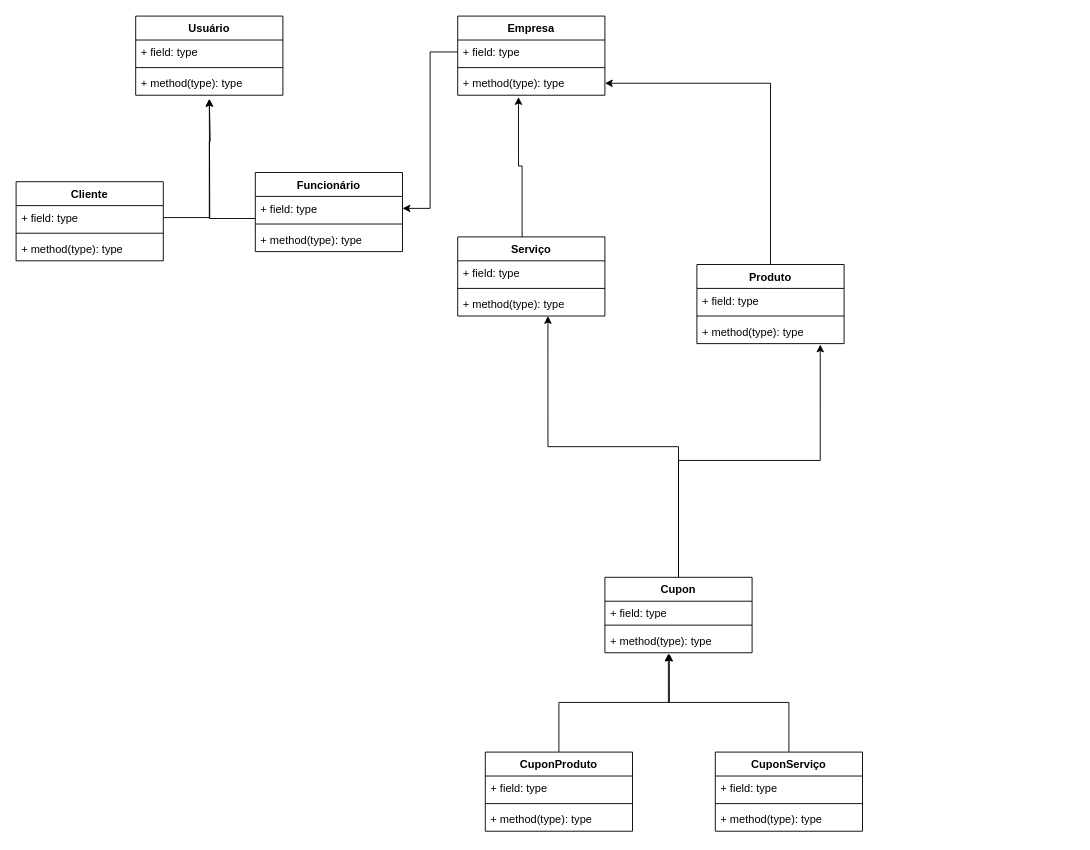
Earlier version of the draw.io diagram page "Diagrama de classe" (2 of 2) of cuponDesconto.drawio (fpspeixoto/Diagramas). Source tidied: cells renumbered, new cells numbered last; positions are measured from the earlier drawing's top-left corner, leaving out a move shared by most shapes. Both pictures are drawn from the tidied source at 92%, with x=0, y=0 at pixel (16, 16).
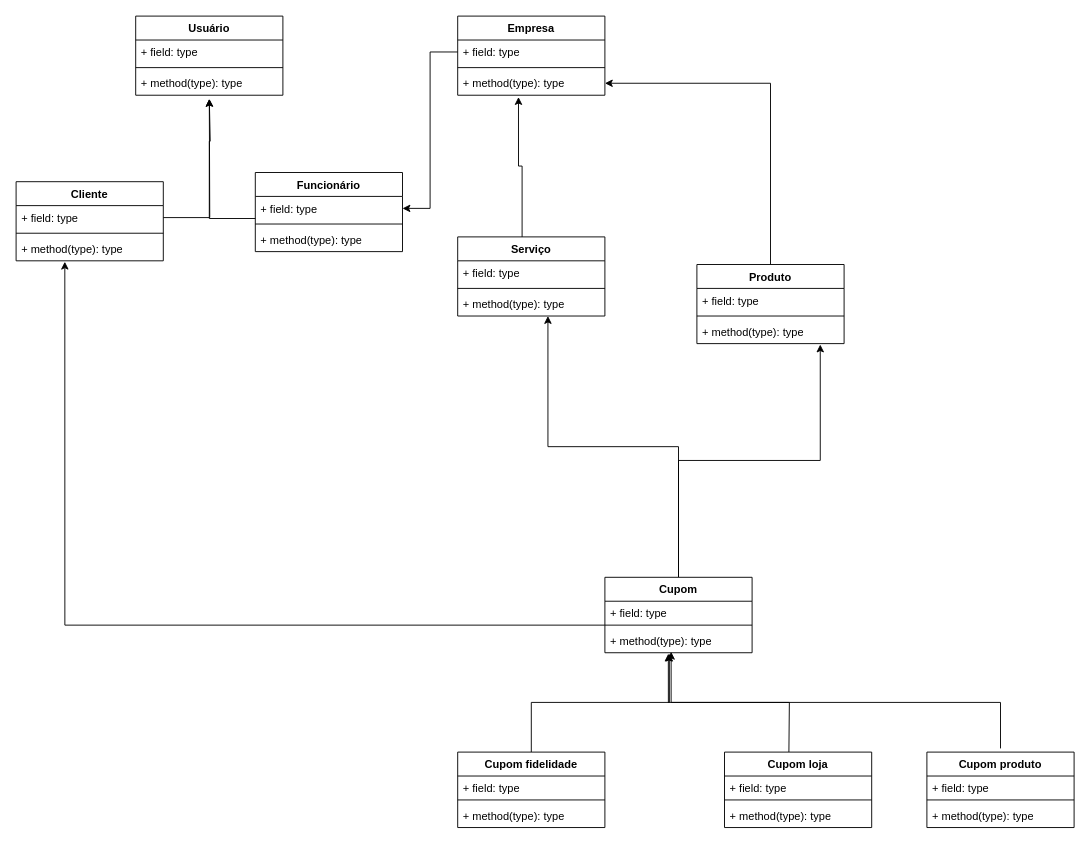
The same diagram, later.

The change refers to these unchanged cells:
```xml
<mxCell id="30" style="line;strokeWidth=1;fillColor=none;align=left;verticalAlign=middle;spacingTop=-1;spacingLeft=3;spacingRight=3;labelPosition=right;points=[];portConstraint=eastwest;strokeColor=inherit;" parent="28" vertex="1">
  <mxGeometry y="48" width="160" height="8" as="geometry" />
</mxCell>
<mxCell id="31" value="+ method(type): type" style="text;strokeColor=none;fillColor=none;align=left;verticalAlign=top;spacingLeft=4;spacingRight=4;overflow=hidden;points=[[0,0.5],[1,0.5]];portConstraint=eastwest;whiteSpace=wrap;html=1;" parent="28" vertex="1">
  <mxGeometry y="56" width="160" height="26" as="geometry" />
</mxCell>
<mxCell id="36" value="+ method(type): type" style="text;strokeColor=none;fillColor=none;align=left;verticalAlign=top;spacingLeft=4;spacingRight=4;overflow=hidden;points=[[0,0.5],[1,0.5]];portConstraint=eastwest;whiteSpace=wrap;html=1;" parent="32" vertex="1">
  <mxGeometry y="60" width="160" height="26" as="geometry" />
</mxCell>
```

Change to the diagram source:
```diff
@@
-    <mxCell id="16" style="edgeStyle=orthogonalEdgeStyle;rounded=0;jettySize=auto;html=1;entryX=0.438;entryY=1.038;entryDx=0;entryDy=0;entryPerimeter=0;" parent="1" edge="1" source="17" target="31">
+    <mxCell id="16" style="edgeStyle=orthogonalEdgeStyle;rounded=0;jettySize=auto;html=1;entryX=0.438;entryY=1.038;entryDx=0;entryDy=0;entryPerimeter=0;" parent="1" edge="1" source="47" target="31">
       <mxGeometry relative="1" as="geometry" />
     </mxCell>
-    <mxCell id="17" value="CuponProduto&lt;br&gt;" style="swimlane;fontStyle=1;align=center;verticalAlign=top;horizontal=1;startSize=26;whiteSpace=wrap;html=1;" parent="1" vertex="1">
-      <mxGeometry x="510" y="800" width="160" height="86" as="geometry" />
-    </mxCell>
-    <mxCell id="18" value="+ field: type" style="text;strokeColor=none;fillColor=none;align=left;verticalAlign=top;spacingLeft=4;spacingRight=4;overflow=hidden;whiteSpace=wrap;html=1;" parent="17" vertex="1">
-      <mxGeometry y="26" width="160" height="26" as="geometry" />
-    </mxCell>
-    <mxCell id="19" style="line;strokeWidth=1;fillColor=none;align=left;verticalAlign=middle;spacingTop=-1;spacingLeft=3;spacingRight=3;labelPosition=right;strokeColor=inherit;" parent="17" vertex="1">
-      <mxGeometry y="52" width="160" height="8" as="geometry" />
-    </mxCell>
-    <mxCell id="20" value="+ method(type): type" style="text;strokeColor=none;fillColor=none;align=left;verticalAlign=top;spacingLeft=4;spacingRight=4;overflow=hidden;whiteSpace=wrap;html=1;" parent="17" vertex="1">
-      <mxGeometry y="60" width="160" height="26" as="geometry" />
-    </mxCell>
-    <mxCell id="21" style="edgeStyle=orthogonalEdgeStyle;rounded=0;jettySize=auto;html=1;entryX=0.431;entryY=1.038;entryDx=0;entryDy=0;entryPerimeter=0;" parent="1" edge="1" source="22" target="31">
-      <mxGeometry relative="1" as="geometry" />
+    <mxCell id="21" style="edgeStyle=orthogonalEdgeStyle;rounded=0;jettySize=auto;html=1;entryX=0.431;entryY=1.038;entryDx=0;entryDy=0;entryPerimeter=0;" parent="1" edge="1" target="31">
+      <mxGeometry relative="1" as="geometry">
+        <mxPoint x="840" y="800" as="sourcePoint" />
+      </mxGeometry>
     </mxCell>
-    <mxCell id="22" value="CuponServiço" style="swimlane;fontStyle=1;align=center;verticalAlign=top;horizontal=1;startSize=26;whiteSpace=wrap;html=1;" parent="1" vertex="1">
-      <mxGeometry x="760" y="800" width="160" height="86" as="geometry" />
-    </mxCell>
-    <mxCell id="23" value="+ field: type" style="text;strokeColor=none;fillColor=none;align=left;verticalAlign=top;spacingLeft=4;spacingRight=4;overflow=hidden;whiteSpace=wrap;html=1;" parent="22" vertex="1">
-      <mxGeometry y="26" width="160" height="26" as="geometry" />
-    </mxCell>
-    <mxCell id="24" style="line;strokeWidth=1;fillColor=none;align=left;verticalAlign=middle;spacingTop=-1;spacingLeft=3;spacingRight=3;labelPosition=right;strokeColor=inherit;" parent="22" vertex="1">
-      <mxGeometry y="52" width="160" height="8" as="geometry" />
-    </mxCell>
-    <mxCell id="25" value="+ method(type): type" style="text;strokeColor=none;fillColor=none;align=left;verticalAlign=top;spacingLeft=4;spacingRight=4;overflow=hidden;whiteSpace=wrap;html=1;" parent="22" vertex="1">
-      <mxGeometry y="60" width="160" height="26" as="geometry" />
-    </mxCell>
@@
-    <mxCell id="28" value="Cupon" style="swimlane;fontStyle=1;align=center;verticalAlign=top;horizontal=1;startSize=26;whiteSpace=wrap;html=1;" parent="1" vertex="1">
+    <mxCell id="28" value="Cupom" style="swimlane;fontStyle=1;align=center;verticalAlign=top;horizontal=1;startSize=26;whiteSpace=wrap;html=1;" parent="1" vertex="1">
       <mxGeometry x="640" y="610" width="160" height="82" as="geometry" />
     </mxCell>
@@
+    <mxCell id="47" value="Cupom fidelidade" style="swimlane;fontStyle=1;align=center;verticalAlign=top;horizontal=1;startSize=26;whiteSpace=wrap;html=1;" parent="1" vertex="1">
+      <mxGeometry x="480" y="800" width="160" height="82" as="geometry" />
+    </mxCell>
+    <mxCell id="48" value="+ field: type" style="text;strokeColor=none;fillColor=none;align=left;verticalAlign=top;spacingLeft=4;spacingRight=4;overflow=hidden;whiteSpace=wrap;html=1;" parent="47" vertex="1">
+      <mxGeometry y="26" width="160" height="22" as="geometry" />
+    </mxCell>
+    <mxCell id="49" style="line;strokeWidth=1;fillColor=none;align=left;verticalAlign=middle;spacingTop=-1;spacingLeft=3;spacingRight=3;labelPosition=right;strokeColor=inherit;" parent="47" vertex="1">
+      <mxGeometry y="48" width="160" height="8" as="geometry" />
+    </mxCell>
+    <mxCell id="50" value="+ method(type): type" style="text;strokeColor=none;fillColor=none;align=left;verticalAlign=top;spacingLeft=4;spacingRight=4;overflow=hidden;whiteSpace=wrap;html=1;" parent="47" vertex="1">
+      <mxGeometry y="56" width="160" height="26" as="geometry" />
+    </mxCell>
+    <mxCell id="51" value="Cupom loja" style="swimlane;fontStyle=1;align=center;verticalAlign=top;horizontal=1;startSize=26;whiteSpace=wrap;html=1;" parent="1" vertex="1">
+      <mxGeometry x="770" y="800" width="160" height="82" as="geometry" />
+    </mxCell>
+    <mxCell id="52" value="+ field: type" style="text;strokeColor=none;fillColor=none;align=left;verticalAlign=top;spacingLeft=4;spacingRight=4;overflow=hidden;whiteSpace=wrap;html=1;" parent="51" vertex="1">
+      <mxGeometry y="26" width="160" height="22" as="geometry" />
+    </mxCell>
+    <mxCell id="53" style="line;strokeWidth=1;fillColor=none;align=left;verticalAlign=middle;spacingTop=-1;spacingLeft=3;spacingRight=3;labelPosition=right;strokeColor=inherit;" parent="51" vertex="1">
+      <mxGeometry y="48" width="160" height="8" as="geometry" />
+    </mxCell>
+    <mxCell id="54" value="+ method(type): type" style="text;strokeColor=none;fillColor=none;align=left;verticalAlign=top;spacingLeft=4;spacingRight=4;overflow=hidden;whiteSpace=wrap;html=1;" parent="51" vertex="1">
+      <mxGeometry y="56" width="160" height="26" as="geometry" />
+    </mxCell>
+    <mxCell id="55" style="edgeStyle=orthogonalEdgeStyle;rounded=0;orthogonalLoop=1;jettySize=auto;html=1;entryX=0.45;entryY=1.115;entryDx=0;entryDy=0;entryPerimeter=0;" parent="1" edge="1">
+      <mxGeometry relative="1" as="geometry">
+        <mxPoint x="1070" y="796" as="sourcePoint" />
+        <mxPoint x="712" y="691" as="targetPoint" />
+        <Array as="points">
+          <mxPoint x="1070" y="746" />
+          <mxPoint x="712" y="746" />
+        </Array>
+      </mxGeometry>
+    </mxCell>
+    <mxCell id="56" value="Cupom produto" style="swimlane;fontStyle=1;align=center;verticalAlign=top;horizontal=1;startSize=26;whiteSpace=wrap;html=1;" parent="1" vertex="1">
+      <mxGeometry x="990" y="800" width="160" height="82" as="geometry" />
+    </mxCell>
+    <mxCell id="57" value="+ field: type" style="text;strokeColor=none;fillColor=none;align=left;verticalAlign=top;spacingLeft=4;spacingRight=4;overflow=hidden;whiteSpace=wrap;html=1;" parent="56" vertex="1">
+      <mxGeometry y="26" width="160" height="22" as="geometry" />
+    </mxCell>
+    <mxCell id="58" style="line;strokeWidth=1;fillColor=none;align=left;verticalAlign=middle;spacingTop=-1;spacingLeft=3;spacingRight=3;labelPosition=right;strokeColor=inherit;" parent="56" vertex="1">
+      <mxGeometry y="48" width="160" height="8" as="geometry" />
+    </mxCell>
+    <mxCell id="59" value="+ method(type): type" style="text;strokeColor=none;fillColor=none;align=left;verticalAlign=top;spacingLeft=4;spacingRight=4;overflow=hidden;whiteSpace=wrap;html=1;" parent="56" vertex="1">
+      <mxGeometry y="56" width="160" height="26" as="geometry" />
+    </mxCell>
+    <mxCell id="60" style="edgeStyle=orthogonalEdgeStyle;rounded=0;jettySize=auto;html=1;entryX=0.331;entryY=1.038;entryDx=0;entryDy=0;entryPerimeter=0;" parent="1" edge="1" source="30" target="36">
+      <mxGeometry relative="1" as="geometry" />
+    </mxCell>
```
